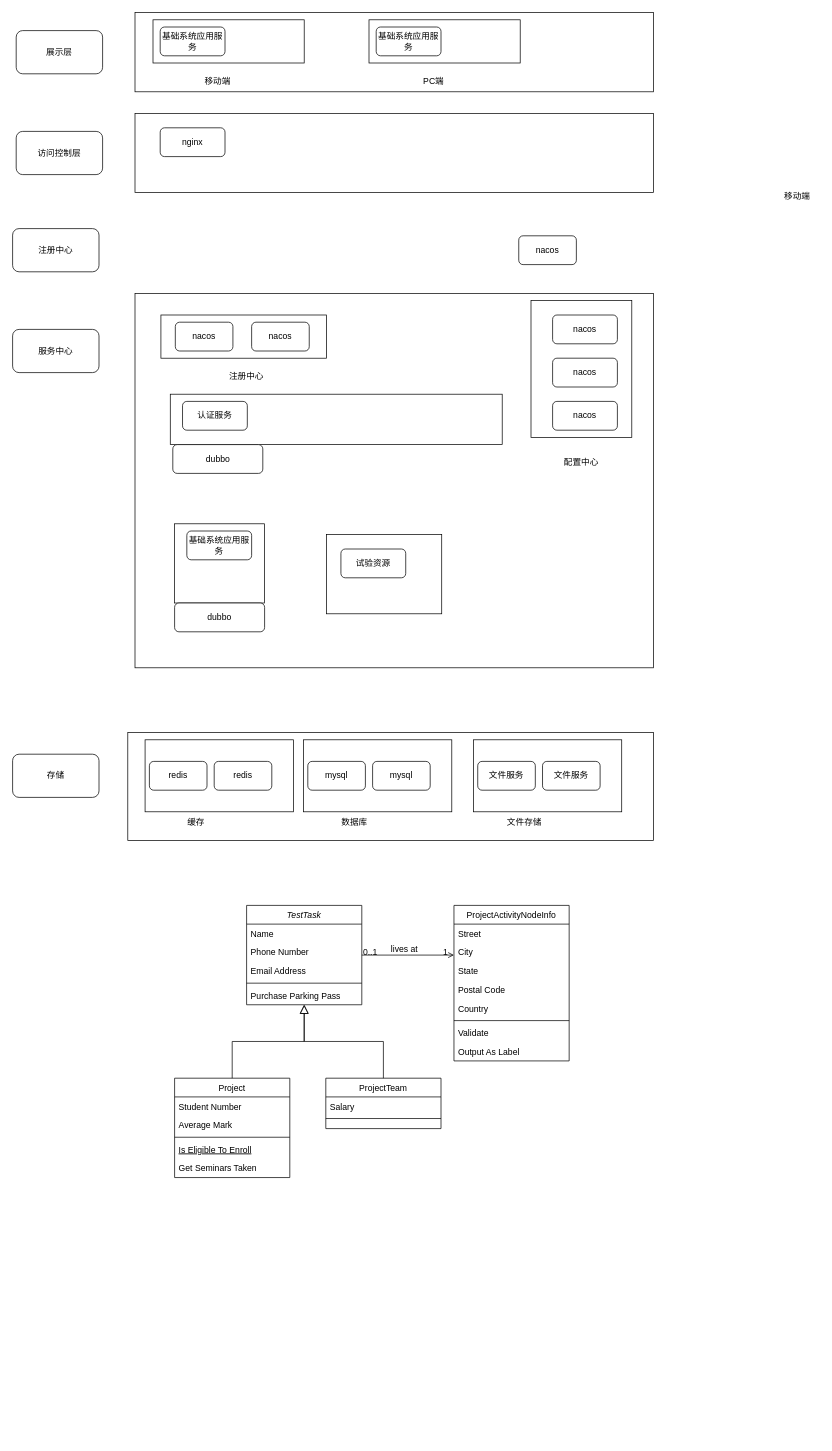
Before: 一汽解放.drawio in Amanocino/java-tuling, a draw.io diagram. Source tidied: cells renumbered, new cells numbered last; positions are measured from the earlier drawing's top-left corner, leaving out a move shared by most shapes. Both pictures are drawn from the tidied source at 72%, with x=0, y=0 at pixel (12, 12).
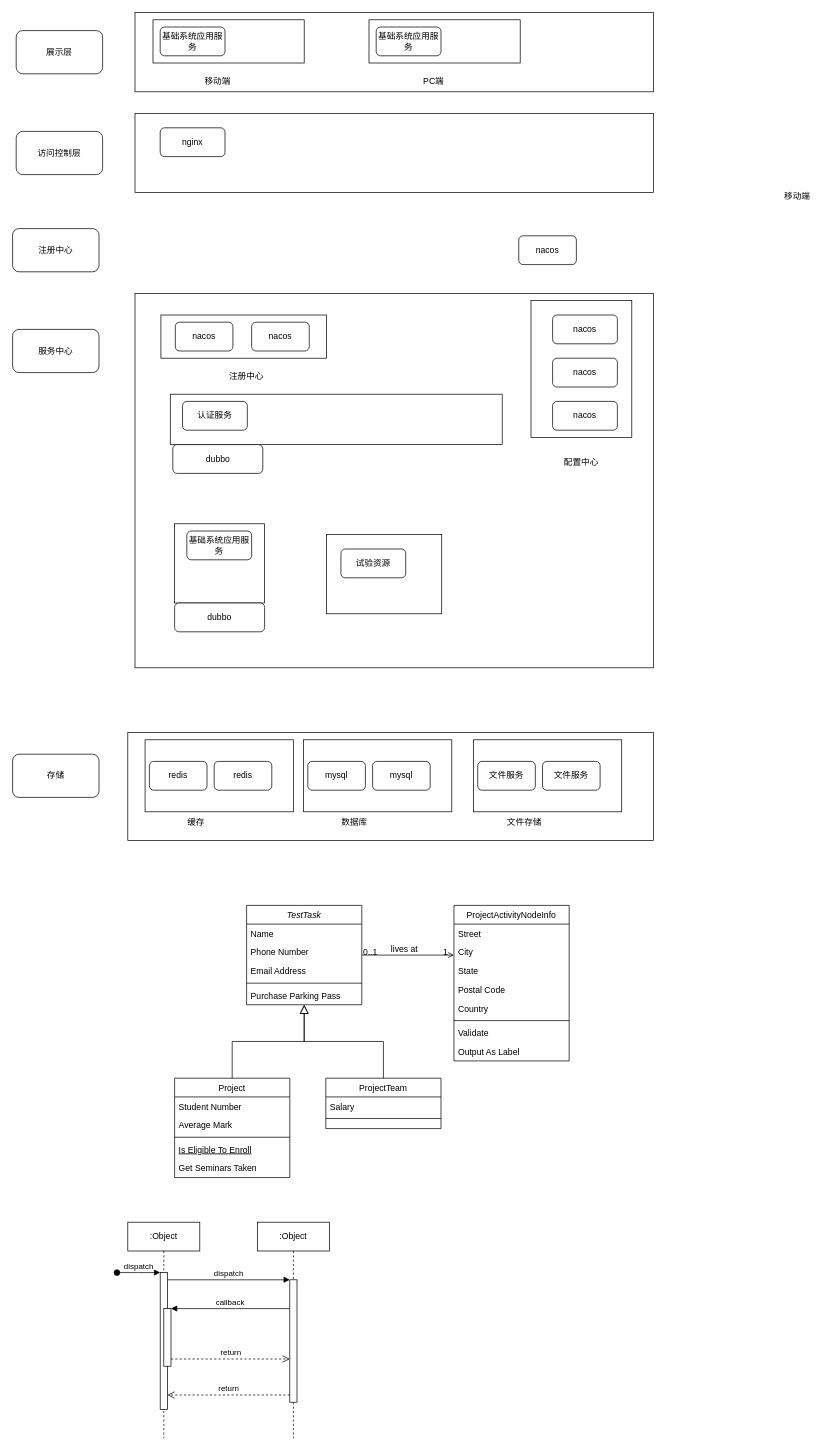
The same page after the edit.

Commit message:
更新一汽解放.drawio

The edit, as a diff of the source:
```diff
@@
+    <mxCell id="79" value=":Object" style="shape=umlLifeline;perimeter=lifelinePerimeter;whiteSpace=wrap;html=1;newEdgeStyle={&quot;edgeStyle&quot;:&quot;elbowEdgeStyle&quot;,&quot;elbow&quot;:&quot;vertical&quot;,&quot;curved&quot;:0,&quot;rounded&quot;:0};" parent="1" vertex="1">
+      <mxGeometry x="160" y="1680" width="100" height="300" as="geometry" />
+    </mxCell>
+    <mxCell id="80" style="html=1;points=[];perimeter=orthogonalPerimeter;outlineConnect=0;targetShapes=umlLifeline;portConstraint=eastwest;newEdgeStyle={&quot;edgeStyle&quot;:&quot;elbowEdgeStyle&quot;,&quot;elbow&quot;:&quot;vertical&quot;,&quot;curved&quot;:0,&quot;rounded&quot;:0};" parent="79" vertex="1">
+      <mxGeometry x="45" y="70" width="10" height="190" as="geometry" />
+    </mxCell>
+    <mxCell id="81" value="dispatch" style="html=1;verticalAlign=bottom;startArrow=oval;endArrow=block;startSize=8;edgeStyle=elbowEdgeStyle;elbow=vertical;curved=0;rounded=0;" parent="79" edge="1" target="80">
+      <mxGeometry relative="1" as="geometry">
+        <mxPoint x="-15" y="70" as="sourcePoint" />
+      </mxGeometry>
+    </mxCell>
+    <mxCell id="82" style="html=1;points=[];perimeter=orthogonalPerimeter;outlineConnect=0;targetShapes=umlLifeline;portConstraint=eastwest;newEdgeStyle={&quot;edgeStyle&quot;:&quot;elbowEdgeStyle&quot;,&quot;elbow&quot;:&quot;vertical&quot;,&quot;curved&quot;:0,&quot;rounded&quot;:0};" parent="79" vertex="1">
+      <mxGeometry x="50" y="120" width="10" height="80" as="geometry" />
+    </mxCell>
+    <mxCell id="83" value=":Object" style="shape=umlLifeline;perimeter=lifelinePerimeter;whiteSpace=wrap;html=1;newEdgeStyle={&quot;edgeStyle&quot;:&quot;elbowEdgeStyle&quot;,&quot;elbow&quot;:&quot;vertical&quot;,&quot;curved&quot;:0,&quot;rounded&quot;:0};" parent="1" vertex="1">
+      <mxGeometry x="340" y="1680" width="100" height="300" as="geometry" />
+    </mxCell>
+    <mxCell id="84" style="html=1;points=[];perimeter=orthogonalPerimeter;outlineConnect=0;targetShapes=umlLifeline;portConstraint=eastwest;newEdgeStyle={&quot;edgeStyle&quot;:&quot;elbowEdgeStyle&quot;,&quot;elbow&quot;:&quot;vertical&quot;,&quot;curved&quot;:0,&quot;rounded&quot;:0};" parent="83" vertex="1">
+      <mxGeometry x="45" y="80" width="10" height="170" as="geometry" />
+    </mxCell>
+    <mxCell id="85" value="dispatch" style="html=1;verticalAlign=bottom;endArrow=block;edgeStyle=elbowEdgeStyle;elbow=vertical;curved=0;rounded=0;" parent="1" edge="1" source="80" target="84">
+      <mxGeometry relative="1" as="geometry">
+        <Array as="points">
+          <mxPoint x="300" y="1760" />
+        </Array>
+      </mxGeometry>
+    </mxCell>
+    <mxCell id="86" value="return" style="html=1;verticalAlign=bottom;endArrow=open;dashed=1;endSize=8;edgeStyle=elbowEdgeStyle;elbow=vertical;curved=0;rounded=0;" parent="1" edge="1" source="84" target="80">
+      <mxGeometry relative="1" as="geometry">
+        <Array as="points">
+          <mxPoint x="310" y="1920" />
+        </Array>
+      </mxGeometry>
+    </mxCell>
+    <mxCell id="87" value="callback" style="html=1;verticalAlign=bottom;endArrow=block;edgeStyle=elbowEdgeStyle;elbow=vertical;curved=0;rounded=0;" parent="1" edge="1" source="84" target="82">
+      <mxGeometry relative="1" as="geometry">
+        <Array as="points">
+          <mxPoint x="310" y="1800" />
+        </Array>
+      </mxGeometry>
+    </mxCell>
+    <mxCell id="88" value="return" style="html=1;verticalAlign=bottom;endArrow=open;dashed=1;endSize=8;edgeStyle=elbowEdgeStyle;elbow=vertical;curved=0;rounded=0;" parent="1" edge="1" source="82" target="84">
+      <mxGeometry relative="1" as="geometry">
+        <Array as="points">
+          <mxPoint x="300" y="1870" />
+        </Array>
+      </mxGeometry>
+    </mxCell>
```
